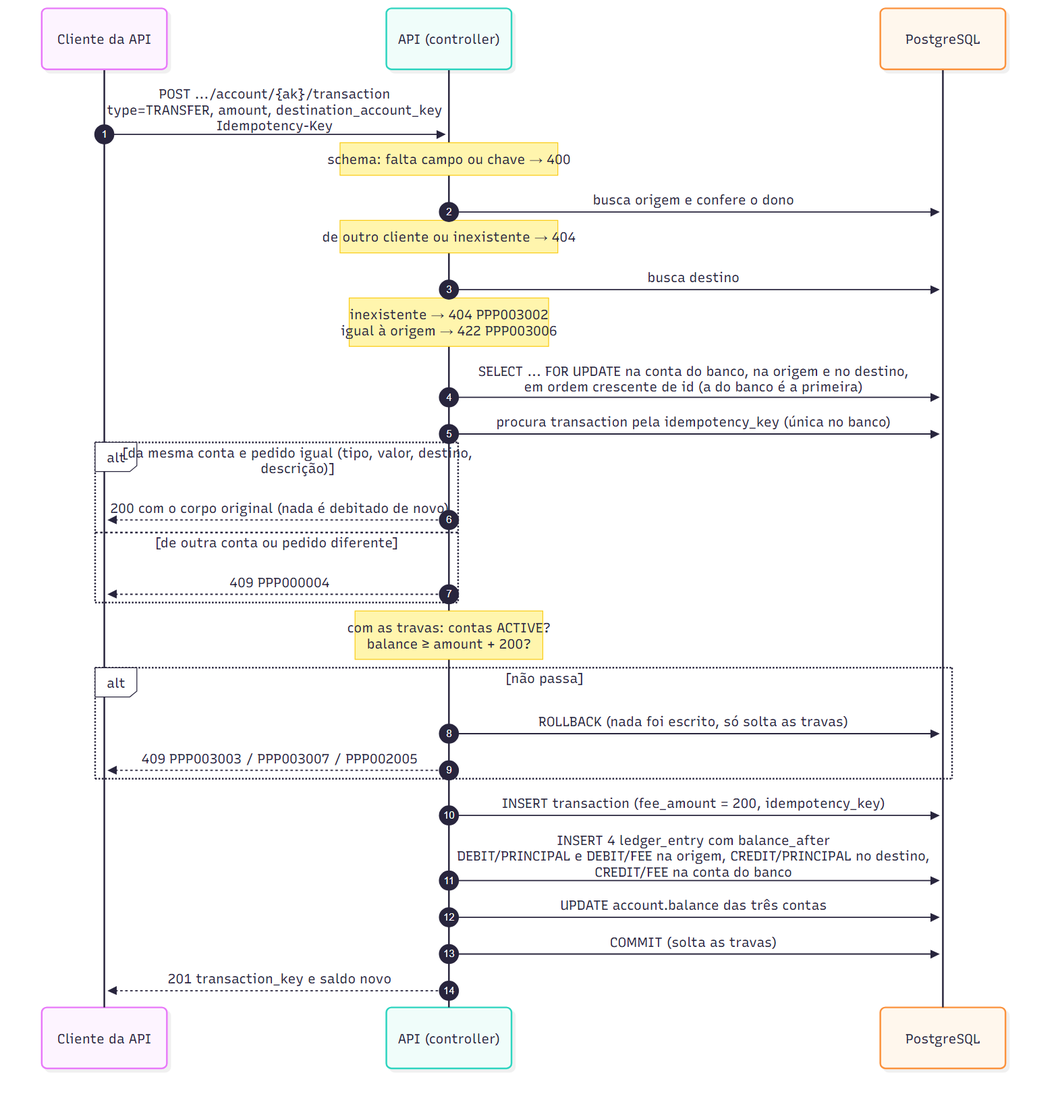
heluylucas/bootcamp-qi-tech-presidas- keeps this Mermaid diagram as docs/diagramas/transferencia.png. Above is the earlier version. Its source is kept beside it as docs/diagramas/transferencia.mmd.
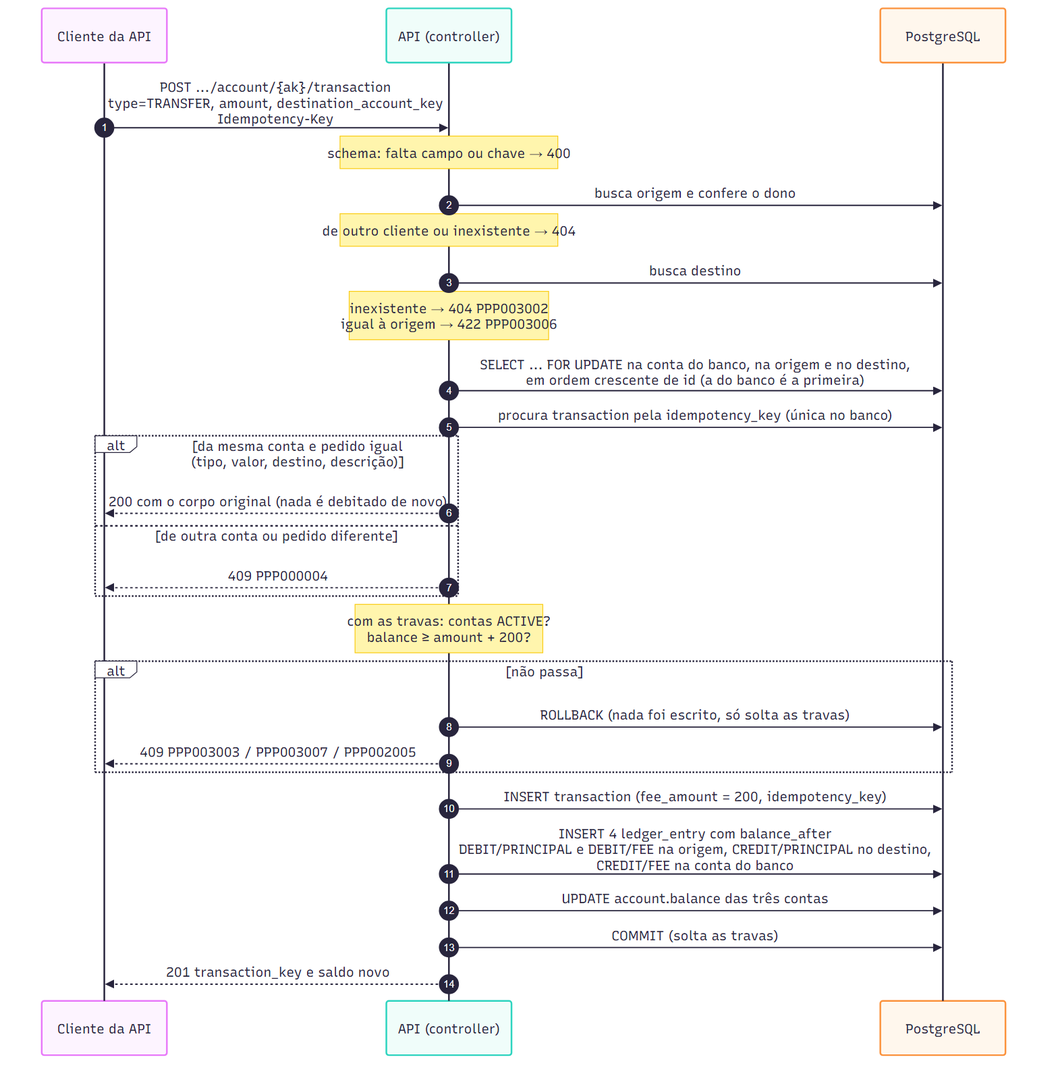
The same file after the commit.

What changed in the source:
```diff
@@ -1,3 +1,7 @@
+---
+config:
+  look: classic
+---
 sequenceDiagram
     autonumber
     participant C as Cliente da API
@@ -12,7 +16,7 @@
     Note over API: inexistente → 404 PPP003002<br/>igual à origem → 422 PPP003006
     API->>DB: SELECT ... FOR UPDATE na conta do banco, na origem e no destino,<br/>em ordem crescente de id (a do banco é a primeira)
     API->>DB: procura transaction pela idempotency_key (única no banco)
-    alt da mesma conta e pedido igual (tipo, valor, destino, descrição)
+    alt da mesma conta e pedido igual<br/>(tipo, valor, destino, descrição)
         API-->>C: 200 com o corpo original (nada é debitado de novo)
     else de outra conta ou pedido diferente
         API-->>C: 409 PPP000004
```
